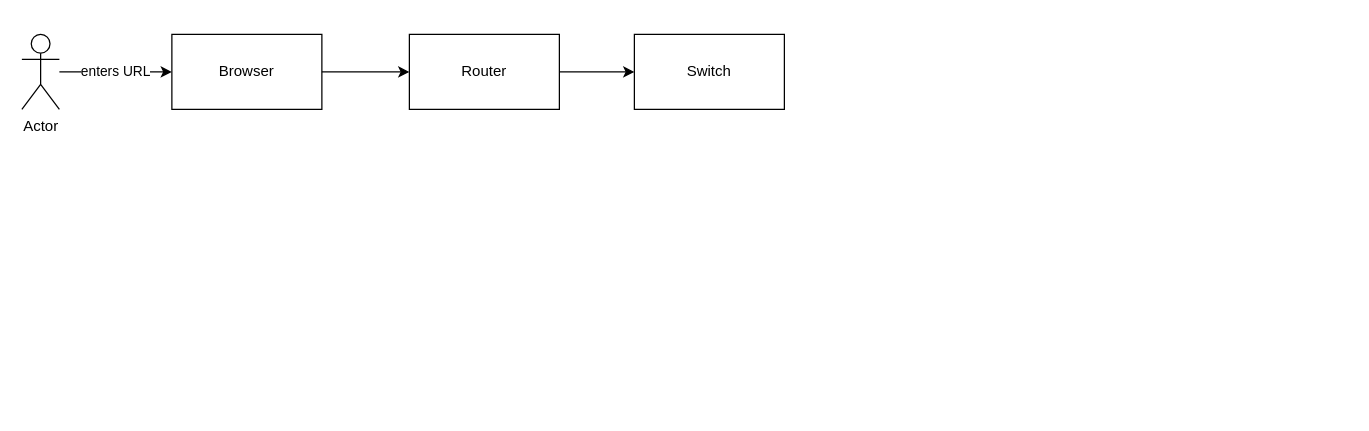
This is internet-request-flow.drawio from aenmeyk/diagrams, a draw.io file, before an edit. Source tidied: cells renumbered, new cells numbered last; positions are measured from the earlier drawing's top-left corner, leaving out a move shared by most shapes. Both pictures are drawn from the tidied source at 125%, with x=0, y=0 at pixel (21, 34).
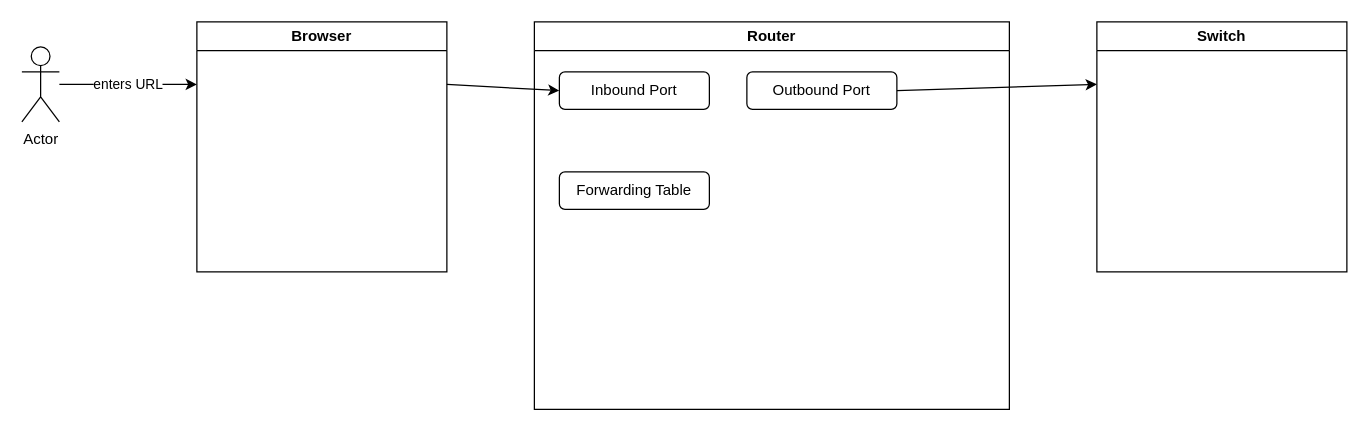
Above is the later version.

Diff of the diagram source:
```diff
@@
 <mxGraphModel>
   <root>
     <mxCell id="0" />
     <mxCell id="1" parent="0" />
-    <mxCell id="2" value="Browser" style="rounded=0;whiteSpace=wrap;html=1;" parent="1" vertex="1">
-      <mxGeometry x="120" width="120" height="60" as="geometry" />
-    </mxCell>
     <mxCell id="3" value="Actor" style="shape=umlActor;verticalLabelPosition=bottom;verticalAlign=top;html=1;outlineConnect=0;" parent="1" vertex="1">
-      <mxGeometry width="30" height="60" as="geometry" />
+      <mxGeometry y="10" width="30" height="60" as="geometry" />
     </mxCell>
-    <mxCell id="4" value="enters URL" style="endArrow=classic;html=1;rounded=0;entryX=0;entryY=0.5;entryDx=0;entryDy=0;" parent="1" edge="1" source="3" target="2">
+    <mxCell id="4" value="enters URL" style="endArrow=classic;html=1;rounded=0;entryX=0;entryY=0.25;entryDx=0;entryDy=0;" parent="1" edge="1" source="3" target="2">
       <mxGeometry relative="1" as="geometry" />
     </mxCell>
+    <mxCell id="6" style="endArrow=classic;html=1;rounded=0;exitX=1;exitY=0.25;exitDx=0;exitDy=0;entryX=0;entryY=0.5;entryDx=0;entryDy=0;" parent="1" edge="1" source="2" target="10">
+      <mxGeometry relative="1" as="geometry" />
+    </mxCell>
+    <mxCell id="8" style="endArrow=classic;html=1;rounded=0;entryX=0;entryY=0.25;entryDx=0;entryDy=0;exitX=1;exitY=0.5;exitDx=0;exitDy=0;" parent="1" edge="1" source="11" target="7">
+      <mxGeometry relative="1" as="geometry" />
+    </mxCell>
-    <mxCell id="5" value="Router" style="rounded=0;whiteSpace=wrap;html=1;" parent="1" vertex="1">
-      <mxGeometry x="310" width="120" height="60" as="geometry" />
+    <mxCell id="5" value="Router" style="swimlane;whiteSpace=wrap;html=1;" parent="1" vertex="1">
+      <mxGeometry x="410" y="-10" width="380" height="310" as="geometry" />
     </mxCell>
-    <mxCell id="6" style="endArrow=classic;html=1;rounded=0;exitX=1;exitY=0.5;exitDx=0;exitDy=0;entryX=0;entryY=0.5;entryDx=0;entryDy=0;" parent="1" edge="1" source="2" target="5">
-      <mxGeometry relative="1" as="geometry" />
-    </mxCell>
+    <mxCell id="9" value="Forwarding Table" style="rounded=1;whiteSpace=wrap;html=1;" parent="5" vertex="1">
+      <mxGeometry x="20" y="120" width="120" height="30" as="geometry" />
+    </mxCell>
+    <mxCell id="10" value="Inbound Port" style="rounded=1;whiteSpace=wrap;html=1;" parent="5" vertex="1">
+      <mxGeometry x="20" y="40" width="120" height="30" as="geometry" />
+    </mxCell>
+    <mxCell id="11" value="Out&lt;span style=&quot;background-color: initial;&quot;&gt;bound Port&lt;/span&gt;" style="rounded=1;whiteSpace=wrap;html=1;" parent="5" vertex="1">
+      <mxGeometry x="170" y="40" width="120" height="30" as="geometry" />
+    </mxCell>
+    <mxCell id="2" value="Browser" style="swimlane;whiteSpace=wrap;html=1;" parent="1" vertex="1">
+      <mxGeometry x="140" y="-10" width="200" height="200" as="geometry" />
+    </mxCell>
-    <mxCell id="7" value="Switch" style="rounded=0;whiteSpace=wrap;html=1;" parent="1" vertex="1">
-      <mxGeometry x="490" width="120" height="60" as="geometry" />
+    <mxCell id="7" value="Switch" style="swimlane;whiteSpace=wrap;html=1;" parent="1" vertex="1">
+      <mxGeometry x="860" y="-10" width="200" height="200" as="geometry" />
     </mxCell>
-    <mxCell id="8" style="endArrow=classic;html=1;rounded=0;entryX=0;entryY=0.5;entryDx=0;entryDy=0;exitX=1;exitY=0.5;exitDx=0;exitDy=0;" parent="1" edge="1" source="5" target="7">
-      <mxGeometry relative="1" as="geometry" />
-    </mxCell>
   </root>
 </mxGraphModel>
```
